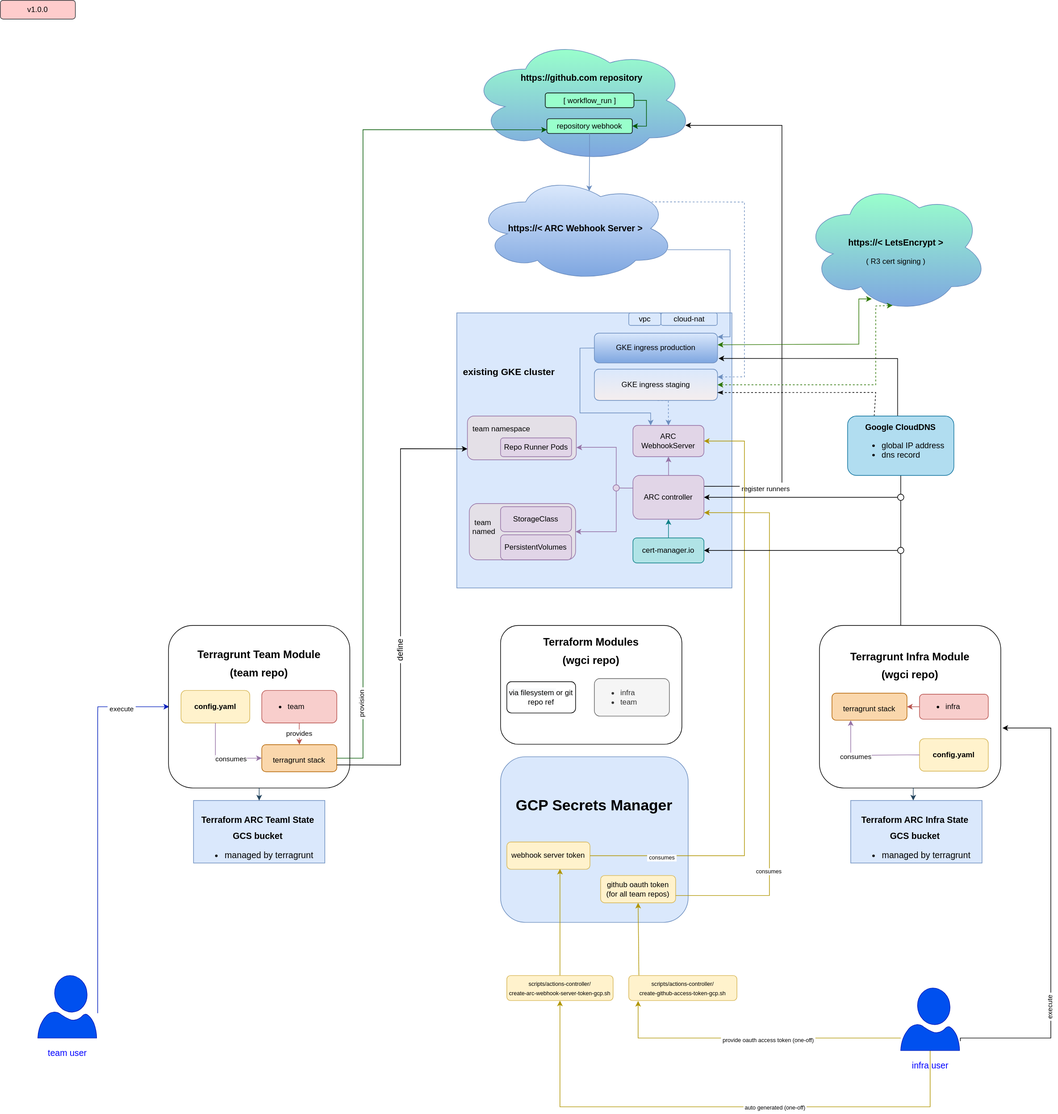
Before: docs/actions-runner-controller/arc_architecture.drawio.svg, a diagram exported from draw.io (cloudfoundry/app-runtime-interfaces-infrastructure). Source tidied: cells renumbered, new cells last; positions are measured from the earlier drawing's top-left corner, leaving out a move shared by most shapes.
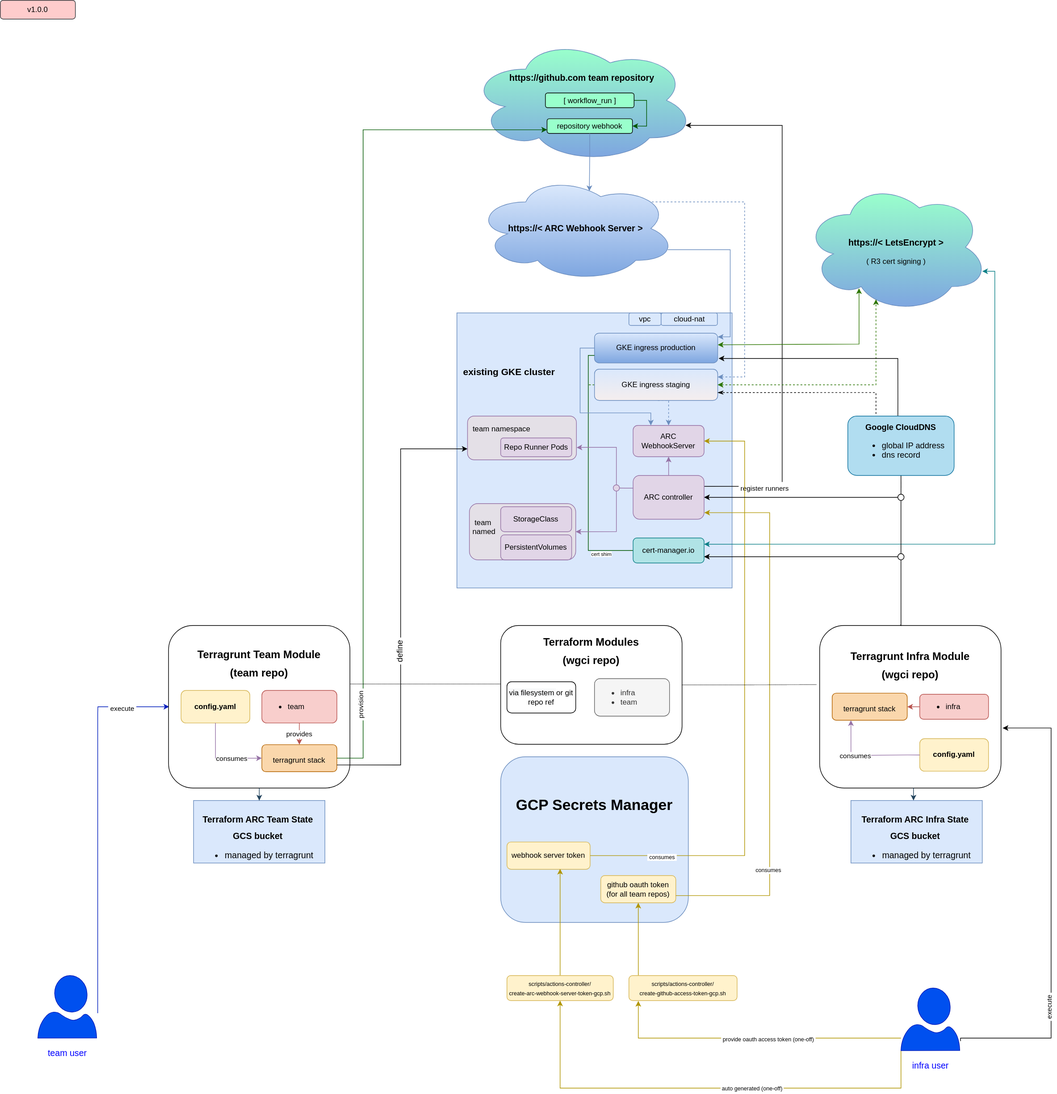
After the commit.

Commit message:
update architecture diagram

The edit, as a diff of the source:
```diff
@@ -113,9 +113,18 @@
     <mxCell id="33" value="&lt;ul&gt;&lt;li&gt;infra&lt;/li&gt;&lt;/ul&gt;" style="rounded=1;whiteSpace=wrap;html=1;fontSize=12;align=left;fillColor=#f8cecc;strokeColor=#b85450;" parent="26" vertex="1">
       <mxGeometry x="160" y="110" width="110" height="40" as="geometry" />
     </mxCell>
-    <mxCell id="34" value="&lt;h1&gt;&lt;br&gt;&lt;/h1&gt;&lt;h1 style=&quot;font-size: 14px;&quot;&gt;&lt;font style=&quot;font-size: 14px;&quot;&gt;Terraform ARC TeamI State&amp;nbsp;&lt;/font&gt;&lt;/h1&gt;&lt;h1 style=&quot;font-size: 14px;&quot;&gt;&lt;font style=&quot;font-size: 14px;&quot;&gt;GCS bucket&amp;nbsp;&lt;/font&gt;&lt;/h1&gt;&lt;h1 style=&quot;font-size: 14px;&quot;&gt;&lt;ul style=&quot;&quot;&gt;&lt;li style=&quot;text-align: left;&quot;&gt;&lt;span style=&quot;font-weight: normal;&quot;&gt;managed by terragrunt&amp;nbsp;&amp;nbsp;&lt;/span&gt;&lt;/li&gt;&lt;/ul&gt;&lt;/h1&gt;&lt;div&gt;&lt;br&gt;&lt;/div&gt;&lt;div&gt;&lt;br&gt;&lt;/div&gt;" style="rounded=0;whiteSpace=wrap;html=1;fontSize=12;fillColor=#dae8fc;strokeColor=#6c8ebf;" parent="1" vertex="1">
+    <mxCell id="34" value="&lt;h1&gt;&lt;br&gt;&lt;/h1&gt;&lt;h1 style=&quot;font-size: 14px;&quot;&gt;&lt;font style=&quot;font-size: 14px;&quot;&gt;Terraform ARC Team State&amp;nbsp;&lt;/font&gt;&lt;/h1&gt;&lt;h1 style=&quot;font-size: 14px;&quot;&gt;&lt;font style=&quot;font-size: 14px;&quot;&gt;GCS bucket&amp;nbsp;&lt;/font&gt;&lt;/h1&gt;&lt;h1 style=&quot;font-size: 14px;&quot;&gt;&lt;ul style=&quot;&quot;&gt;&lt;li style=&quot;text-align: left;&quot;&gt;&lt;span style=&quot;font-weight: normal;&quot;&gt;managed by terragrunt&amp;nbsp;&amp;nbsp;&lt;/span&gt;&lt;/li&gt;&lt;/ul&gt;&lt;/h1&gt;&lt;div&gt;&lt;br&gt;&lt;/div&gt;&lt;div&gt;&lt;br&gt;&lt;/div&gt;" style="rounded=0;whiteSpace=wrap;html=1;fontSize=12;fillColor=#dae8fc;strokeColor=#6c8ebf;" parent="1" vertex="1">
       <mxGeometry x="309" y="1280" width="210" height="100" as="geometry" />
     </mxCell>
+    <mxCell id="98" style="edgeStyle=orthogonalEdgeStyle;rounded=0;jettySize=auto;html=1;fontSize=8;startArrow=none;startFill=0;endArrow=none;endFill=0;fillColor=#60a917;strokeColor=#2D7600;dashed=1;" parent="1" edge="1" source="35">
+      <mxGeometry relative="1" as="geometry">
+        <mxPoint x="940" y="615" as="targetPoint" />
+        <Array as="points">
+          <mxPoint x="940" y="615" />
+          <mxPoint x="940" y="615" />
+        </Array>
+      </mxGeometry>
+    </mxCell>
     <mxCell id="35" value="GKE ingress staging" style="rounded=1;whiteSpace=wrap;html=1;glass=0;fontSize=12;fillColor=#dae8fc;gradientColor=#F5EEEE;strokeColor=#6c8ebf;" parent="1" vertex="1">
       <mxGeometry x="950" y="590" width="197" height="50" as="geometry" />
     </mxCell>
@@ -145,9 +154,27 @@
     <mxCell id="42" value="GKE ingress production" style="rounded=1;whiteSpace=wrap;html=1;glass=0;fontSize=12;fillColor=#dae8fc;gradientColor=#7ea6e0;strokeColor=#6c8ebf;" parent="1" vertex="1">
       <mxGeometry x="950" y="532.5" width="197" height="47.5" as="geometry" />
     </mxCell>
-    <mxCell id="43" style="edgeStyle=orthogonalEdgeStyle;rounded=0;jettySize=auto;html=1;fillColor=#b0e3e6;strokeColor=#0e8088;exitX=0.5;exitY=0;exitDx=0;exitDy=0;entryX=0.5;entryY=1;entryDx=0;entryDy=0;" parent="1" edge="1" source="44" target="41">
-      <mxGeometry relative="1" as="geometry" />
+    <mxCell id="43" style="edgeStyle=orthogonalEdgeStyle;rounded=0;jettySize=auto;html=1;fillColor=#b0e3e6;strokeColor=#0e8088;exitX=1;exitY=0.25;exitDx=0;exitDy=0;startArrow=classic;startFill=1;entryX=0.966;entryY=0.683;entryDx=0;entryDy=0;entryPerimeter=0;" parent="1" edge="1" source="44" target="17">
+      <mxGeometry relative="1" as="geometry">
+        <Array as="points">
+          <mxPoint x="1590" y="870" />
+          <mxPoint x="1590" y="433" />
+        </Array>
+      </mxGeometry>
     </mxCell>
+    <mxCell id="99" style="edgeStyle=orthogonalEdgeStyle;rounded=0;jettySize=auto;html=1;entryX=0;entryY=0.75;entryDx=0;entryDy=0;startArrow=none;startFill=0;endArrow=none;endFill=0;fillColor=#008a00;strokeColor=#005700;" parent="1" edge="1" source="44" target="42">
+      <mxGeometry relative="1" as="geometry">
+        <Array as="points">
+          <mxPoint x="940" y="880" />
+          <mxPoint x="940" y="568" />
+        </Array>
+      </mxGeometry>
+    </mxCell>
+    <mxCell id="100" value="cert shim" style="edgeLabel;html=1;align=center;verticalAlign=middle;fontSize=8;" parent="99" vertex="1">
+      <mxGeometry x="-0.66" y="1" relative="1" as="geometry">
+        <mxPoint x="16" y="4" as="offset" />
+      </mxGeometry>
+    </mxCell>
     <mxCell id="44" value="cert-manager.io" style="rounded=1;whiteSpace=wrap;html=1;glass=0;fontSize=12;fillColor=#b0e3e6;strokeColor=#0e8088;" parent="1" vertex="1">
       <mxGeometry x="1011.8" y="860" width="113.5" height="40" as="geometry" />
     </mxCell>
@@ -192,7 +219,7 @@
     <mxCell id="53" style="group;" parent="1" vertex="1">
       <mxGeometry x="750" y="60" width="360" height="200" as="geometry" />
     </mxCell>
-    <mxCell id="54" value="&lt;h3&gt;https://github.com repository&lt;/h3&gt;&lt;div&gt;&lt;br&gt;&lt;/div&gt;&lt;div&gt;&lt;br&gt;&lt;/div&gt;&lt;div&gt;&lt;br&gt;&lt;/div&gt;&lt;div&gt;&lt;br&gt;&lt;/div&gt;&lt;div&gt;&lt;br&gt;&lt;/div&gt;" style="ellipse;shape=cloud;whiteSpace=wrap;html=1;rounded=0;glass=0;fontSize=12;fillColor=#99FFCC;gradientColor=#7ea6e0;strokeColor=#6c8ebf;" parent="53" vertex="1">
+    <mxCell id="54" value="&lt;h3&gt;https://github.com team repository&lt;/h3&gt;&lt;div&gt;&lt;br&gt;&lt;/div&gt;&lt;div&gt;&lt;br&gt;&lt;/div&gt;&lt;div&gt;&lt;br&gt;&lt;/div&gt;&lt;div&gt;&lt;br&gt;&lt;/div&gt;&lt;div&gt;&lt;br&gt;&lt;/div&gt;" style="ellipse;shape=cloud;whiteSpace=wrap;html=1;rounded=0;glass=0;fontSize=12;fillColor=#99FFCC;gradientColor=#7ea6e0;strokeColor=#6c8ebf;" parent="53" vertex="1">
       <mxGeometry width="360" height="200" as="geometry" />
     </mxCell>
     <mxCell id="55" value="&lt;font style=&quot;font-size: 12px;&quot;&gt;repository webhook&lt;/font&gt;" style="rounded=1;whiteSpace=wrap;html=1;fontSize=14;fontColor=#000000;fillColor=#99FFCC;" parent="53" vertex="1">
@@ -241,7 +268,7 @@
         </Array>
       </mxGeometry>
     </mxCell>
-    <mxCell id="64" style="edgeStyle=orthogonalEdgeStyle;rounded=0;jettySize=auto;html=1;fontSize=20;startArrow=classic;startFill=1;endArrow=classic;endFill=1;fillColor=#60a917;strokeColor=#2D7600;exitX=1.001;exitY=0.39;exitDx=0;exitDy=0;entryX=0.368;entryY=0.894;entryDx=0;entryDy=0;entryPerimeter=0;exitPerimeter=0;" parent="1" edge="1" source="42" target="17">
+    <mxCell id="64" style="edgeStyle=orthogonalEdgeStyle;rounded=0;jettySize=auto;html=1;fontSize=20;startArrow=classic;startFill=1;endArrow=classic;endFill=1;fillColor=#60a917;strokeColor=#2D7600;exitX=1.001;exitY=0.39;exitDx=0;exitDy=0;entryX=0.298;entryY=0.813;entryDx=0;entryDy=0;entryPerimeter=0;exitPerimeter=0;" parent="1" edge="1" source="42" target="17">
       <mxGeometry relative="1" as="geometry">
         <Array as="points">
           <mxPoint x="1150" y="551" />
@@ -251,12 +278,10 @@
         </Array>
       </mxGeometry>
     </mxCell>
-    <mxCell id="65" style="edgeStyle=orthogonalEdgeStyle;jettySize=auto;html=1;fontSize=20;startArrow=classic;startFill=1;endArrow=classic;endFill=1;fillColor=#60a917;strokeColor=#2D7600;exitX=1;exitY=0.5;exitDx=0;exitDy=0;dashed=1;rounded=0;entryX=0.481;entryY=0.943;entryDx=0;entryDy=0;entryPerimeter=0;" parent="1" edge="1" source="35" target="17">
+    <mxCell id="65" style="edgeStyle=orthogonalEdgeStyle;jettySize=auto;html=1;fontSize=20;startArrow=classic;startFill=1;endArrow=classic;endFill=1;fillColor=#60a917;strokeColor=#2D7600;exitX=1;exitY=0.5;exitDx=0;exitDy=0;dashed=1;rounded=0;entryX=0.39;entryY=0.897;entryDx=0;entryDy=0;entryPerimeter=0;" parent="1" edge="1" source="35" target="17">
       <mxGeometry relative="1" as="geometry">
         <Array as="points">
           <mxPoint x="1400" y="615" />
-          <mxPoint x="1400" y="489" />
-          <mxPoint x="1400" y="489" />
         </Array>
       </mxGeometry>
     </mxCell>
@@ -298,11 +323,11 @@
     <mxCell id="73" value="&amp;nbsp;provide oauth access token (one-off)&amp;nbsp;" style="edgeLabel;html=1;align=center;verticalAlign=middle;fontSize=9;" parent="72" vertex="1">
       <mxGeometry x="-0.11" y="2" relative="1" as="geometry" />
     </mxCell>
-    <mxCell id="74" style="edgeStyle=orthogonalEdgeStyle;rounded=0;jettySize=auto;html=1;entryX=0.5;entryY=1;entryDx=0;entryDy=0;strokeColor=#B09500;fontSize=9;startArrow=none;startFill=0;endArrow=classic;endFill=1;fillColor=#e3c800;" parent="1" edge="1" source="78" target="69">
+    <mxCell id="74" style="edgeStyle=orthogonalEdgeStyle;rounded=0;jettySize=auto;html=1;entryX=0.5;entryY=1;entryDx=0;entryDy=0;strokeColor=#B09500;fontSize=9;startArrow=none;startFill=0;endArrow=classic;endFill=1;fillColor=#e3c800;exitX=0;exitY=1;exitDx=0;exitDy=0;exitPerimeter=0;" parent="1" edge="1" source="78" target="69">
       <mxGeometry relative="1" as="geometry">
         <Array as="points">
-          <mxPoint x="1487" y="1770" />
-          <mxPoint x="895" y="1770" />
+          <mxPoint x="1440" y="1740" />
+          <mxPoint x="895" y="1740" />
         </Array>
       </mxGeometry>
     </mxCell>
@@ -374,7 +399,7 @@
     <mxCell id="88" style="edgeStyle=orthogonalEdgeStyle;rounded=0;jettySize=auto;html=1;entryX=1;entryY=0.5;entryDx=0;entryDy=0;strokeColor=#000000;fontSize=15;startArrow=none;startFill=0;endArrow=classic;endFill=1;exitX=0;exitY=0.5;exitDx=0;exitDy=0;" parent="1" edge="1" source="96" target="41">
       <mxGeometry relative="1" as="geometry" />
     </mxCell>
-    <mxCell id="89" style="edgeStyle=orthogonalEdgeStyle;rounded=0;jettySize=auto;html=1;entryX=1;entryY=0.5;entryDx=0;entryDy=0;strokeColor=#000000;fontSize=15;startArrow=none;startFill=0;endArrow=classic;endFill=1;exitX=0;exitY=0.5;exitDx=0;exitDy=0;" parent="1" edge="1" source="91" target="44">
+    <mxCell id="89" style="edgeStyle=orthogonalEdgeStyle;rounded=0;jettySize=auto;html=1;entryX=1;entryY=0.75;entryDx=0;entryDy=0;strokeColor=#000000;fontSize=15;startArrow=none;startFill=0;endArrow=classic;endFill=1;exitX=0;exitY=0.5;exitDx=0;exitDy=0;" parent="1" edge="1" source="91" target="44">
       <mxGeometry relative="1" as="geometry" />
     </mxCell>
     <mxCell id="90" style="edgeStyle=orthogonalEdgeStyle;rounded=0;jettySize=auto;html=1;entryX=0.444;entryY=-0.003;entryDx=0;entryDy=0;entryPerimeter=0;strokeColor=#000000;fontSize=11;startArrow=none;startFill=0;endArrow=none;endFill=0;" parent="1" edge="1" source="91" target="27">
@@ -386,7 +411,7 @@
       </mxGeometry>
     </mxCell>
     <mxCell id="91" style="ellipse;whiteSpace=wrap;html=1;fontSize=11;" parent="1" vertex="1">
-      <mxGeometry x="1435" y="875" width="10" height="10" as="geometry" />
+      <mxGeometry x="1435" y="885" width="10" height="10" as="geometry" />
     </mxCell>
     <mxCell id="92" style="edgeStyle=orthogonalEdgeStyle;rounded=0;jettySize=auto;html=1;entryX=0.5;entryY=0;entryDx=0;entryDy=0;strokeColor=#000000;fontSize=11;startArrow=none;startFill=0;endArrow=none;endFill=0;" parent="1" edge="1" source="96" target="91">
       <mxGeometry relative="1" as="geometry" />
@@ -417,5 +442,16 @@
     <mxCell id="97" value="&lt;font style=&quot;font-size: 13px;&quot;&gt;&lt;b&gt;Google CloudDNS&lt;/b&gt;&lt;br&gt;&lt;ul style=&quot;&quot;&gt;&lt;li style=&quot;text-align: left;&quot;&gt;global IP address&lt;/li&gt;&lt;li style=&quot;text-align: left;&quot;&gt;dns record&lt;/li&gt;&lt;/ul&gt;&lt;/font&gt;" style="rounded=1;whiteSpace=wrap;html=1;fontSize=11;fillColor=#b1ddf0;strokeColor=#10739e;" parent="1" vertex="1">
       <mxGeometry x="1355" y="665" width="170" height="95" as="geometry" />
     </mxCell>
+    <mxCell id="101" style="edgeStyle=orthogonalEdgeStyle;rounded=0;jettySize=auto;html=1;entryX=1.001;entryY=0.36;entryDx=0;entryDy=0;entryPerimeter=0;dashed=1;fontSize=8;startArrow=none;startFill=0;endArrow=none;endFill=0;dashPattern=1 1;" parent="1" edge="1" source="9" target="19">
+      <mxGeometry relative="1" as="geometry">
+        <Array as="points">
+          <mxPoint x="800" y="1094" />
+          <mxPoint x="800" y="1094" />
+        </Array>
+      </mxGeometry>
+    </mxCell>
+    <mxCell id="102" style="edgeStyle=orthogonalEdgeStyle;rounded=0;jettySize=auto;html=1;entryX=-0.018;entryY=0.364;entryDx=0;entryDy=0;entryPerimeter=0;dashed=1;dashPattern=1 1;fontSize=8;startArrow=none;startFill=0;endArrow=none;endFill=0;" parent="1" edge="1" source="9" target="27">
+      <mxGeometry relative="1" as="geometry" />
+    </mxCell>
   </root>
 </mxGraphModel>
```
